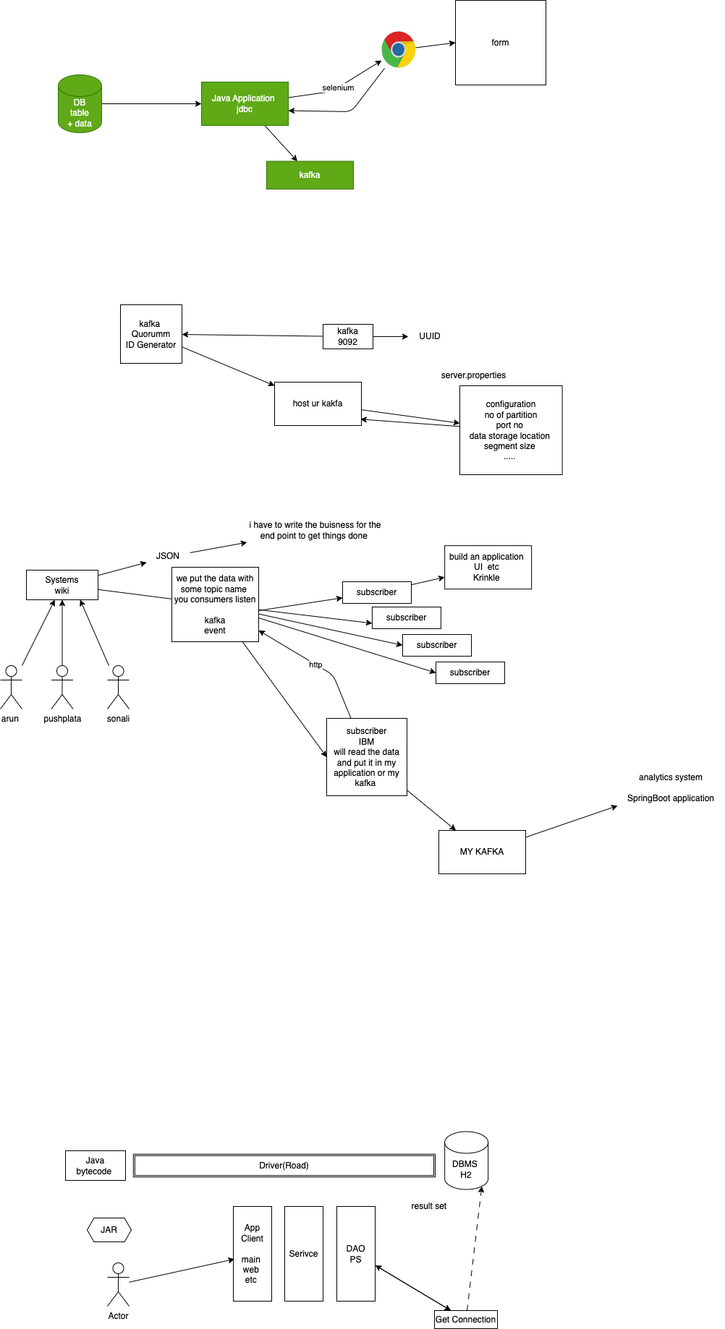
adithnaveen/ibm-kafka-may-2023 keeps this draw.io diagram as images/day-3.drawio.png. Above is the earlier version. Source tidied: cells renumbered, new cells last; positions are measured from the earlier drawing's top-left corner, leaving out a move shared by most shapes.
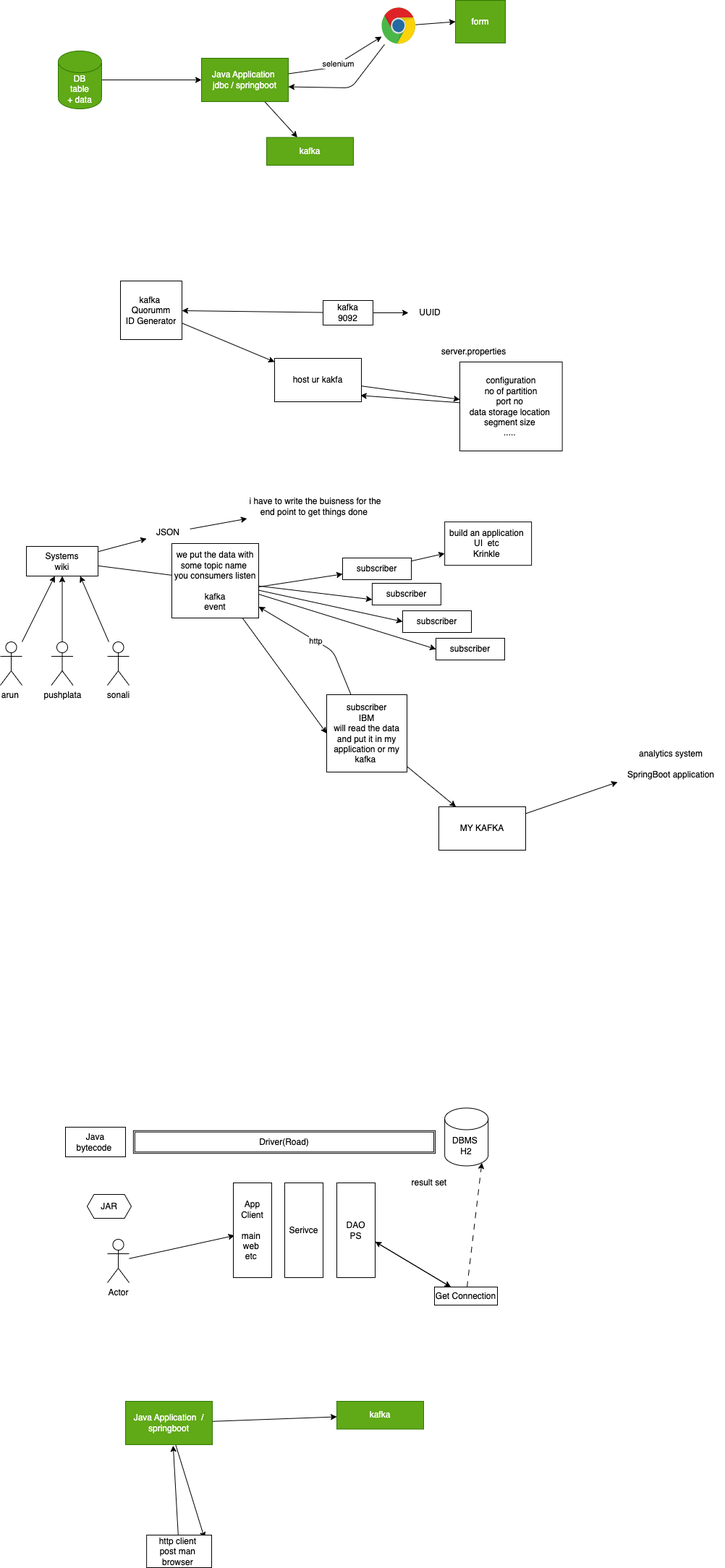
Above is the later version.

Change to the diagram source:
```diff
@@ -18,7 +18,7 @@
     <mxCell id="5" style="edgeStyle=none;html=1;" parent="1" edge="1" source="6" target="10">
       <mxGeometry relative="1" as="geometry" />
     </mxCell>
-    <mxCell id="6" value="Java Application&amp;nbsp;&lt;br&gt;jdbc" style="rounded=0;whiteSpace=wrap;html=1;fillColor=#60a917;fontColor=#ffffff;strokeColor=#2D7600;" parent="1" vertex="1">
+    <mxCell id="6" value="Java Application&amp;nbsp;&lt;br&gt;jdbc / springboot" style="rounded=0;whiteSpace=wrap;html=1;fillColor=#60a917;fontColor=#ffffff;strokeColor=#2D7600;" parent="1" vertex="1">
       <mxGeometry x="278" y="113" width="120" height="60" as="geometry" />
     </mxCell>
     <mxCell id="7" style="edgeStyle=none;html=1;entryX=1;entryY=0.659;entryDx=0;entryDy=0;entryPerimeter=0;" parent="1" edge="1" source="9" target="6">
@@ -37,8 +37,8 @@
     <mxCell id="10" value="kafka" style="rounded=0;whiteSpace=wrap;html=1;fillColor=#60a917;fontColor=#ffffff;strokeColor=#2D7600;" parent="1" vertex="1">
       <mxGeometry x="368" y="222.5" width="120" height="38.5" as="geometry" />
     </mxCell>
-    <mxCell id="11" value="form" style="rounded=0;whiteSpace=wrap;html=1;" parent="1" vertex="1">
-      <mxGeometry x="629" width="125" height="117" as="geometry" />
+    <mxCell id="11" value="form" style="rounded=0;whiteSpace=wrap;html=1;fillColor=#60a917;fontColor=#ffffff;strokeColor=#2D7600;" parent="1" vertex="1">
+      <mxGeometry x="629" y="33" width="69" height="59" as="geometry" />
     </mxCell>
     <mxCell id="12" style="edgeStyle=none;html=1;" parent="1" edge="1" source="14" target="16">
       <mxGeometry relative="1" as="geometry" />
@@ -213,5 +213,25 @@
     <mxCell id="66" value="Get Connection" style="rounded=0;whiteSpace=wrap;html=1;" parent="1" vertex="1">
       <mxGeometry x="600" y="1812" width="87" height="25" as="geometry" />
     </mxCell>
+    <mxCell id="67" style="edgeStyle=none;html=1;" parent="1" edge="1" source="69" target="70">
+      <mxGeometry relative="1" as="geometry" />
+    </mxCell>
+    <mxCell id="68" style="edgeStyle=none;html=1;entryX=0.89;entryY=0.093;entryDx=0;entryDy=0;entryPerimeter=0;" parent="1" edge="1" source="69" target="72">
+      <mxGeometry relative="1" as="geometry" />
+    </mxCell>
+    <mxCell id="69" value="Java Application&amp;nbsp; / springboot" style="rounded=0;whiteSpace=wrap;html=1;fillColor=#60a917;fontColor=#ffffff;strokeColor=#2D7600;" parent="1" vertex="1">
+      <mxGeometry x="173" y="1970" width="120" height="60" as="geometry" />
+    </mxCell>
+    <mxCell id="70" value="kafka" style="rounded=0;whiteSpace=wrap;html=1;fillColor=#60a917;fontColor=#ffffff;strokeColor=#2D7600;" parent="1" vertex="1">
+      <mxGeometry x="465" y="1970" width="120" height="38.5" as="geometry" />
+    </mxCell>
+    <mxCell id="71" style="edgeStyle=none;html=1;" parent="1" edge="1" source="72">
+      <mxGeometry relative="1" as="geometry">
+        <mxPoint x="238.8" y="2031.2" as="targetPoint" />
+      </mxGeometry>
+    </mxCell>
+    <mxCell id="72" value="http client&amp;nbsp;&lt;br&gt;post man&amp;nbsp;&lt;br&gt;browser&amp;nbsp;" style="rounded=0;whiteSpace=wrap;html=1;" parent="1" vertex="1">
+      <mxGeometry x="202.1" y="2155" width="89.9" height="45" as="geometry" />
+    </mxCell>
   </root>
 </mxGraphModel>
```
